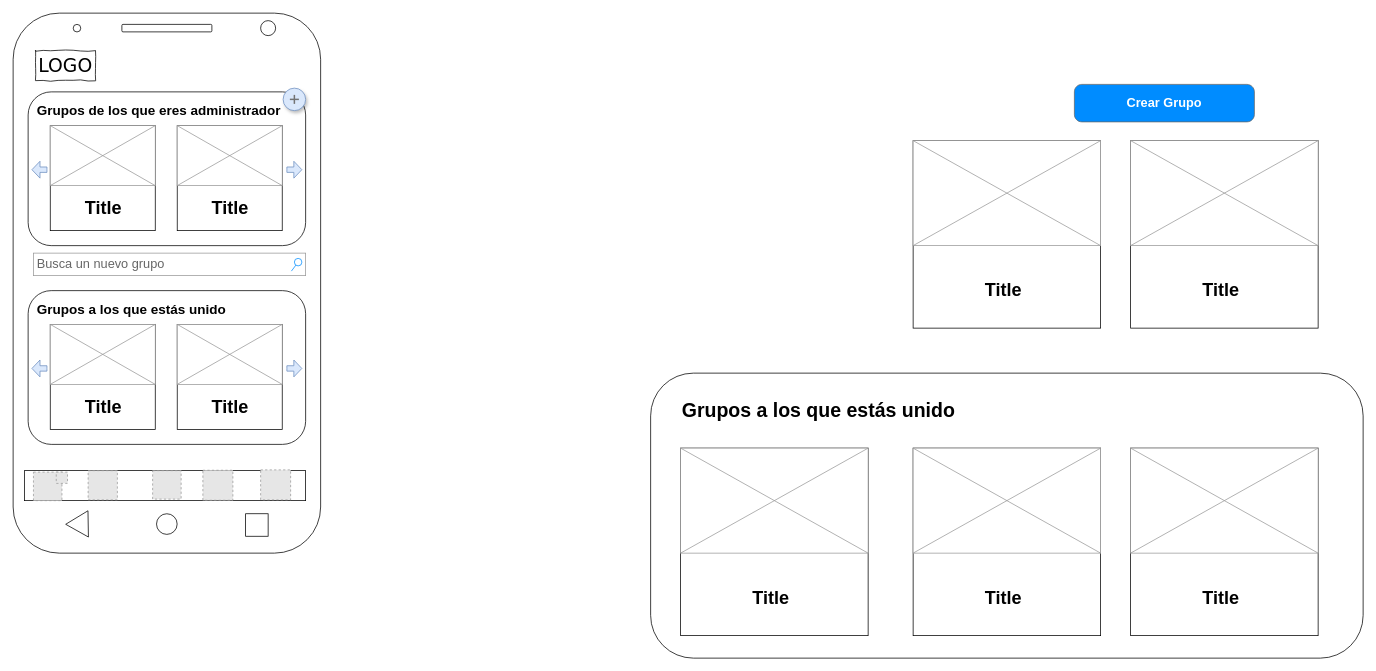
This is P2/sketch/PestaniaGrupos.drawio from PepeNavarro7/DIU20, a draw.io file, before an edit. Source tidied: cells renumbered, new cells numbered last; positions are measured from the earlier drawing's top-left corner, leaving out a move shared by most shapes. Both pictures are drawn from the tidied source at 75%, with x=0, y=0 at pixel (13, 13). Pictures stored in the file or linked from it are replaced by grey dashed boxes.
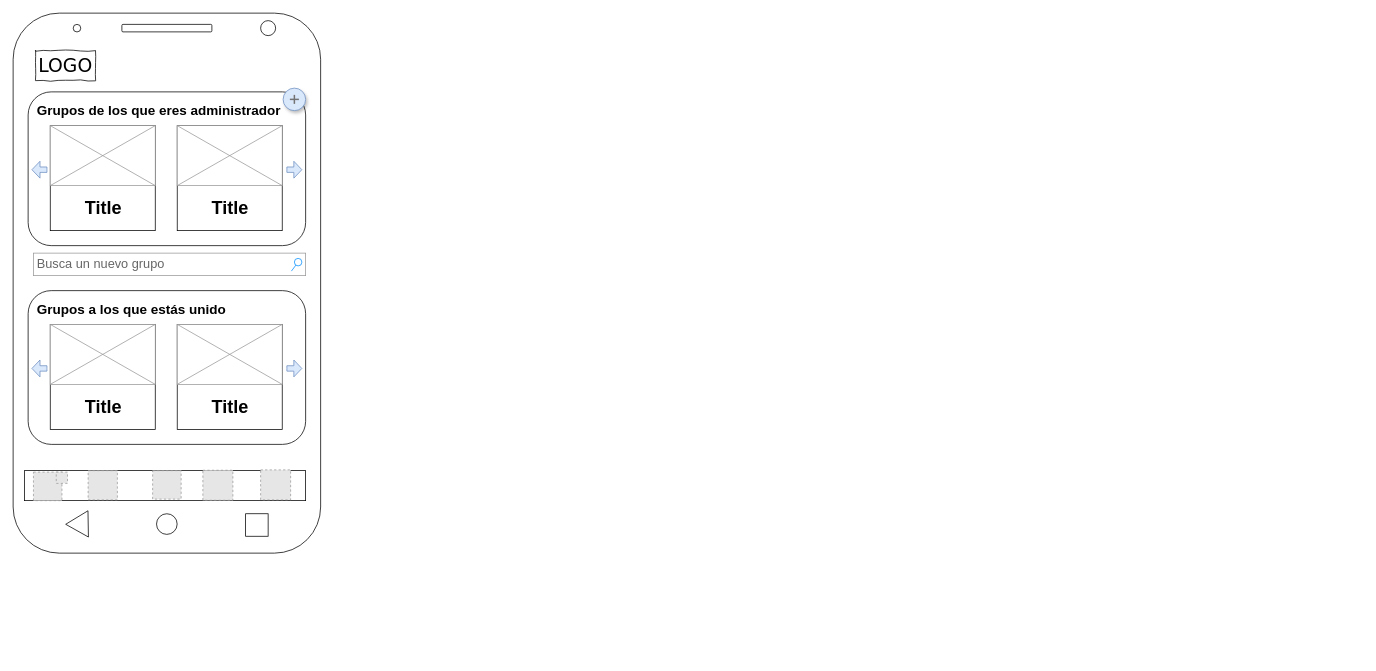
The same page after the edit.

Commit message (it also covers changes not shown here):
Pestania Eventos

What changed in the source:
```diff
@@
-    <mxCell id="22" style="whiteSpace=wrap;html=1;" parent="1" vertex="1">
-      <mxGeometry x="1200" y="170" width="250" height="250" as="geometry" />
-    </mxCell>
-    <mxCell id="23" style="verticalLabelPosition=bottom;shadow=0;dashed=0;align=center;html=1;verticalAlign=top;strokeWidth=1;shape=mxgraph.mockup.graphics.simpleIcon;strokeColor=#999999;" parent="1" vertex="1">
-      <mxGeometry x="1200" y="170" width="250" height="140" as="geometry" />
-    </mxCell>
-    <mxCell id="24" value="Title" style="text;strokeColor=none;fillColor=none;html=1;fontSize=24;fontStyle=1;verticalAlign=middle;align=center;" parent="1" vertex="1">
-      <mxGeometry x="1270" y="350" width="100" height="40" as="geometry" />
-    </mxCell>
-    <mxCell id="25" style="whiteSpace=wrap;html=1;" parent="1" vertex="1">
-      <mxGeometry x="1490" y="170" width="250" height="250" as="geometry" />
-    </mxCell>
-    <mxCell id="26" style="verticalLabelPosition=bottom;shadow=0;dashed=0;align=center;html=1;verticalAlign=top;strokeWidth=1;shape=mxgraph.mockup.graphics.simpleIcon;strokeColor=#999999;" parent="1" vertex="1">
-      <mxGeometry x="1490" y="170" width="250" height="140" as="geometry" />
-    </mxCell>
-    <mxCell id="27" value="Title" style="text;strokeColor=none;fillColor=none;html=1;fontSize=24;fontStyle=1;verticalAlign=middle;align=center;" parent="1" vertex="1">
-      <mxGeometry x="1560" y="350" width="100" height="40" as="geometry" />
-    </mxCell>
@@
-    <mxCell id="29" style="rounded=1;whiteSpace=wrap;html=1;fontSize=26;align=left;" parent="1" vertex="1">
-      <mxGeometry x="850" y="480" width="950" height="380" as="geometry" />
-    </mxCell>
-    <mxCell id="30" style="whiteSpace=wrap;html=1;" parent="1" vertex="1">
-      <mxGeometry x="890" y="580" width="250" height="250" as="geometry" />
-    </mxCell>
-    <mxCell id="31" style="verticalLabelPosition=bottom;shadow=0;dashed=0;align=center;html=1;verticalAlign=top;strokeWidth=1;shape=mxgraph.mockup.graphics.simpleIcon;strokeColor=#999999;" parent="1" vertex="1">
-      <mxGeometry x="890" y="580" width="250" height="140" as="geometry" />
-    </mxCell>
-    <mxCell id="32" value="Title" style="text;strokeColor=none;fillColor=none;html=1;fontSize=24;fontStyle=1;verticalAlign=middle;align=center;" parent="1" vertex="1">
-      <mxGeometry x="960" y="760" width="100" height="40" as="geometry" />
-    </mxCell>
-    <mxCell id="33" style="whiteSpace=wrap;html=1;" parent="1" vertex="1">
-      <mxGeometry x="1200" y="580" width="250" height="250" as="geometry" />
-    </mxCell>
-    <mxCell id="34" style="verticalLabelPosition=bottom;shadow=0;dashed=0;align=center;html=1;verticalAlign=top;strokeWidth=1;shape=mxgraph.mockup.graphics.simpleIcon;strokeColor=#999999;" parent="1" vertex="1">
-      <mxGeometry x="1200" y="580" width="250" height="140" as="geometry" />
-    </mxCell>
-    <mxCell id="35" value="Title" style="text;strokeColor=none;fillColor=none;html=1;fontSize=24;fontStyle=1;verticalAlign=middle;align=center;" parent="1" vertex="1">
-      <mxGeometry x="1270" y="760" width="100" height="40" as="geometry" />
-    </mxCell>
-    <mxCell id="36" style="whiteSpace=wrap;html=1;" parent="1" vertex="1">
-      <mxGeometry x="1490" y="580" width="250" height="250" as="geometry" />
-    </mxCell>
-    <mxCell id="37" style="verticalLabelPosition=bottom;shadow=0;dashed=0;align=center;html=1;verticalAlign=top;strokeWidth=1;shape=mxgraph.mockup.graphics.simpleIcon;strokeColor=#999999;" parent="1" vertex="1">
-      <mxGeometry x="1490" y="580" width="250" height="140" as="geometry" />
-    </mxCell>
-    <mxCell id="38" value="Title" style="text;strokeColor=none;fillColor=none;html=1;fontSize=24;fontStyle=1;verticalAlign=middle;align=center;" parent="1" vertex="1">
-      <mxGeometry x="1560" y="760" width="100" height="40" as="geometry" />
-    </mxCell>
-    <mxCell id="39" value="Grupos a los que estás unido" style="text;html=1;strokeColor=none;fillColor=none;align=left;verticalAlign=middle;whiteSpace=wrap;rounded=0;fontSize=26;fontStyle=1;" parent="1" vertex="1">
-      <mxGeometry x="890" y="520" width="480" height="20" as="geometry" />
-    </mxCell>
-    <mxCell id="40" value="Crear Grupo" style="strokeWidth=1;shadow=0;dashed=0;align=center;html=1;shape=mxgraph.mockup.buttons.button;strokeColor=#666666;fontColor=#ffffff;mainText=;buttonStyle=round;fontSize=17;fontStyle=1;fillColor=#008cff;whiteSpace=wrap;" parent="1" vertex="1">
-      <mxGeometry x="1415" y="95" width="240" height="50" as="geometry" />
-    </mxCell>
```
